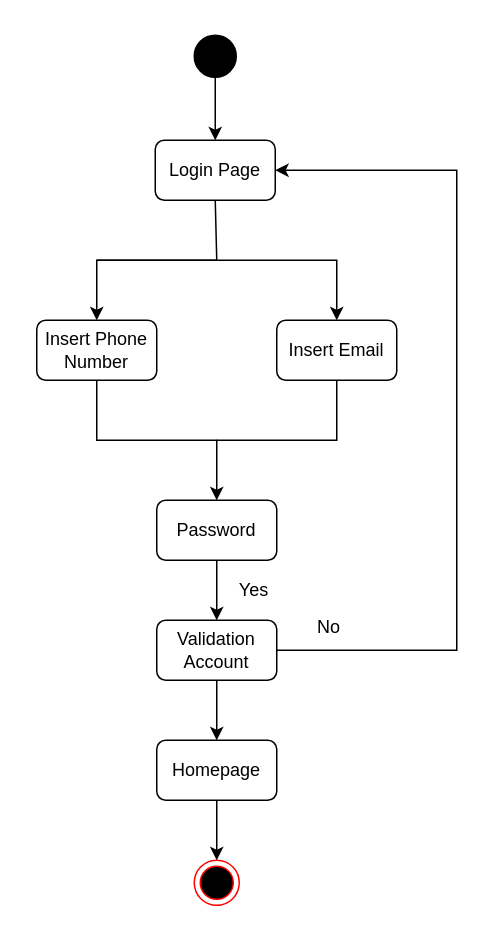
The draw.io diagram page "Page-2" (2 of 2) of svv lab 4 5.drawio in Nazarifah/week2ClassDiagram, before the edit. Source tidied: cells renumbered, new cells numbered last; positions are measured from the earlier drawing's top-left corner, leaving out a move shared by most shapes. Both pictures are drawn from the tidied source at 150%, with x=0, y=0 at pixel (36, 34).
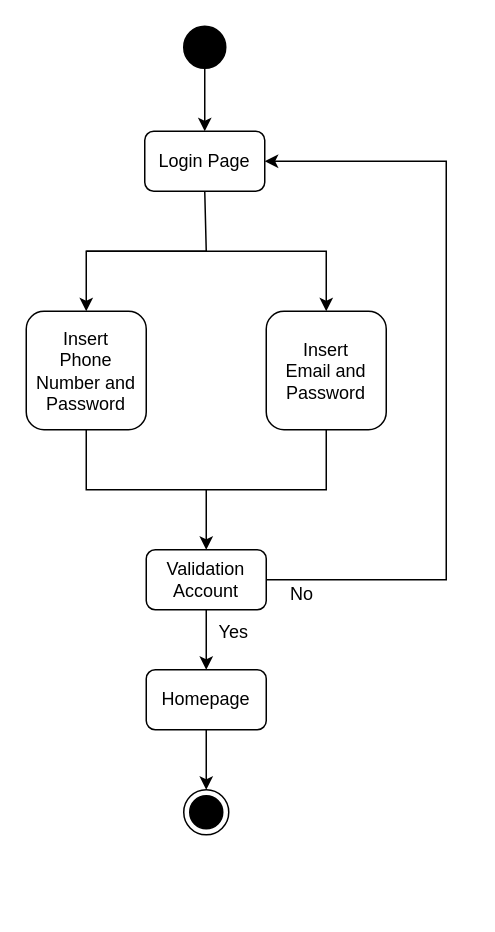
The same diagram, later.

The edit, as a diff of the source:
```diff
@@
-    <mxCell id="2" style="ellipse;html=1;shape=endState;fillColor=#000000;strokeColor=#ff0000;" parent="1" vertex="1">
-      <mxGeometry x="105" y="550" width="30" height="30" as="geometry" />
+    <mxCell id="2" style="ellipse;html=1;shape=endState;fillColor=#000000;strokeColor=#000000;" parent="1" vertex="1">
+      <mxGeometry x="98" y="503" width="30" height="30" as="geometry" />
     </mxCell>
     <mxCell id="3" style="ellipse;whiteSpace=wrap;html=1;fillColor=#000000;" parent="1" vertex="1">
-      <mxGeometry x="105" width="28" height="28" as="geometry" />
+      <mxGeometry x="98" y="-6" width="28" height="28" as="geometry" />
     </mxCell>
     <mxCell id="4" value="Login Page" style="rounded=1;whiteSpace=wrap;html=1;fillColor=#FFFFFF;" parent="1" vertex="1">
-      <mxGeometry x="79" y="70" width="80" height="40" as="geometry" />
+      <mxGeometry x="72" y="64" width="80" height="40" as="geometry" />
     </mxCell>
-    <mxCell id="5" value="Insert Phone Number" style="rounded=1;whiteSpace=wrap;html=1;fillColor=#FFFFFF;" parent="1" vertex="1">
-      <mxGeometry y="190" width="80" height="40" as="geometry" />
+    <mxCell id="5" value="Insert &lt;br&gt;Phone Number and Password" style="rounded=1;whiteSpace=wrap;html=1;fillColor=#FFFFFF;" parent="1" vertex="1">
+      <mxGeometry x="-7" y="184" width="80" height="79" as="geometry" />
     </mxCell>
-    <mxCell id="6" value="Insert Email" style="rounded=1;whiteSpace=wrap;html=1;fillColor=#FFFFFF;" parent="1" vertex="1">
-      <mxGeometry x="160" y="190" width="80" height="40" as="geometry" />
+    <mxCell id="6" value="Insert&lt;br&gt;Email and Password" style="rounded=1;whiteSpace=wrap;html=1;fillColor=#FFFFFF;" parent="1" vertex="1">
+      <mxGeometry x="153" y="184" width="80" height="79" as="geometry" />
     </mxCell>
-    <mxCell id="7" value="Password" style="rounded=1;whiteSpace=wrap;html=1;fillColor=#FFFFFF;" parent="1" vertex="1">
-      <mxGeometry x="80" y="310" width="80" height="40" as="geometry" />
-    </mxCell>
     <mxCell id="8" value="Homepage" style="rounded=1;whiteSpace=wrap;html=1;fillColor=#FFFFFF;" parent="1" vertex="1">
-      <mxGeometry x="80" y="470" width="80" height="40" as="geometry" />
+      <mxGeometry x="73" y="423" width="80" height="40" as="geometry" />
     </mxCell>
     <mxCell id="9" style="endArrow=classic;html=1;rounded=0;exitX=0.5;exitY=1;exitDx=0;exitDy=0;entryX=0.5;entryY=0;entryDx=0;entryDy=0;" parent="1" edge="1" source="4" target="5">
       <mxGeometry relative="1" as="geometry">
         <Array as="points">
-          <mxPoint x="120" y="150" />
-          <mxPoint x="40" y="150" />
+          <mxPoint x="113" y="144" />
+          <mxPoint x="33" y="144" />
         </Array>
       </mxGeometry>
     </mxCell>
     <mxCell id="10" style="endArrow=classic;html=1;rounded=0;entryX=0.5;entryY=0;entryDx=0;entryDy=0;" parent="1" edge="1" target="6">
       <mxGeometry relative="1" as="geometry">
-        <mxPoint x="40" y="150" as="sourcePoint" />
+        <mxPoint x="33" y="144" as="sourcePoint" />
         <Array as="points">
-          <mxPoint x="200" y="150" />
+          <mxPoint x="193" y="144" />
         </Array>
       </mxGeometry>
     </mxCell>
-    <mxCell id="11" style="endArrow=classic;html=1;rounded=0;entryX=0.5;entryY=0;entryDx=0;entryDy=0;exitX=0.5;exitY=1;exitDx=0;exitDy=0;" parent="1" edge="1" source="5" target="7">
+    <mxCell id="11" style="endArrow=classic;html=1;rounded=0;entryX=0.5;entryY=0;entryDx=0;entryDy=0;exitX=0.5;exitY=1;exitDx=0;exitDy=0;" parent="1" edge="1" source="5" target="13">
       <mxGeometry relative="1" as="geometry">
         <Array as="points">
-          <mxPoint x="40" y="270" />
-          <mxPoint x="120" y="270" />
+          <mxPoint x="33" y="303" />
+          <mxPoint x="113" y="303" />
         </Array>
       </mxGeometry>
     </mxCell>
     <mxCell id="12" style="endArrow=none;html=1;rounded=0;entryX=0.5;entryY=1;entryDx=0;entryDy=0;" parent="1" edge="1" target="6">
       <mxGeometry relative="1" as="geometry">
-        <mxPoint x="120" y="270" as="sourcePoint" />
+        <mxPoint x="113" y="303" as="sourcePoint" />
         <Array as="points">
-          <mxPoint x="200" y="270" />
+          <mxPoint x="193" y="303" />
         </Array>
       </mxGeometry>
     </mxCell>
     <mxCell id="13" value="Validation Account" style="rounded=1;whiteSpace=wrap;html=1;fillColor=#FFFFFF;" parent="1" vertex="1">
-      <mxGeometry x="80" y="390" width="80" height="40" as="geometry" />
+      <mxGeometry x="73" y="343" width="80" height="40" as="geometry" />
     </mxCell>
-    <mxCell id="14" style="endArrow=classic;html=1;rounded=0;exitX=0.5;exitY=1;exitDx=0;exitDy=0;entryX=0.5;entryY=0;entryDx=0;entryDy=0;" parent="1" edge="1" source="7" target="13">
-      <mxGeometry relative="1" as="geometry" />
-    </mxCell>
@@
     <mxCell id="17" style="endArrow=classic;html=1;rounded=0;exitX=1;exitY=0.5;exitDx=0;exitDy=0;entryX=1;entryY=0.5;entryDx=0;entryDy=0;" parent="1" edge="1" source="13" target="4">
       <mxGeometry relative="1" as="geometry">
         <Array as="points">
-          <mxPoint x="280" y="410" />
-          <mxPoint x="280" y="240" />
-          <mxPoint x="280" y="90" />
+          <mxPoint x="273" y="363" />
+          <mxPoint x="273" y="234" />
+          <mxPoint x="273" y="84" />
         </Array>
       </mxGeometry>
     </mxCell>
@@
     <mxCell id="19" value="Yes" style="text;html=1;strokeColor=none;fillColor=none;align=center;verticalAlign=middle;whiteSpace=wrap;rounded=0;" parent="1" vertex="1">
-      <mxGeometry x="120" y="360" width="50" height="20" as="geometry" />
+      <mxGeometry x="110" y="388" width="43" height="20" as="geometry" />
     </mxCell>
     <mxCell id="20" value="No" style="text;html=1;strokeColor=none;fillColor=none;align=center;verticalAlign=middle;whiteSpace=wrap;rounded=0;" parent="1" vertex="1">
-      <mxGeometry x="170" y="380" width="50" height="30" as="geometry" />
+      <mxGeometry x="152" y="358" width="50" height="30" as="geometry" />
     </mxCell>
```
